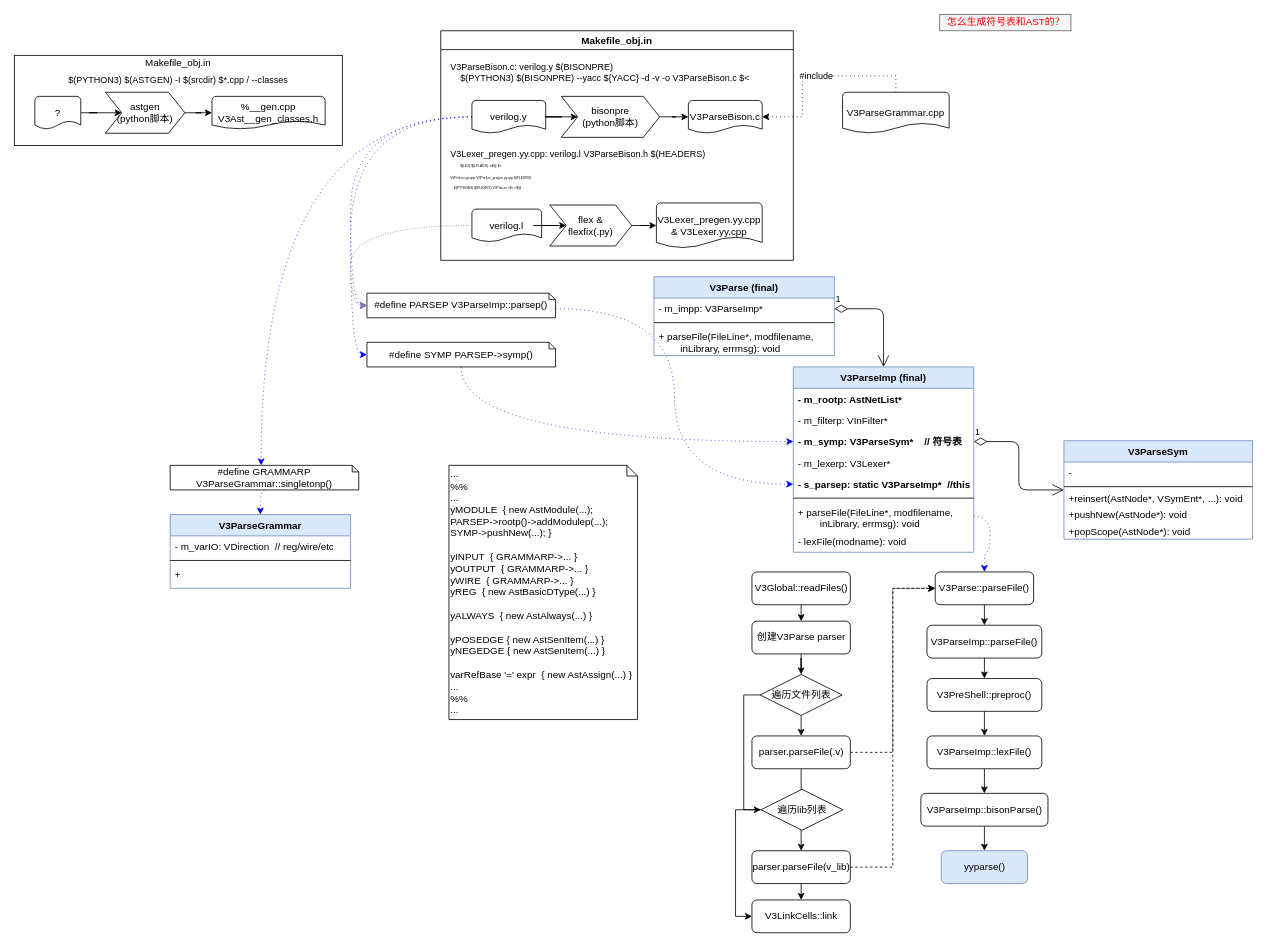
Before: verilator_digrams/V3Parse.drawio in Dercury/CLDK, a draw.io diagram. Source tidied: cells renumbered, new cells numbered last; positions are measured from the earlier drawing's top-left corner, leaving out a move shared by most shapes. Both pictures are drawn from the tidied source at 82%, with x=0, y=0 at pixel (14, 14).
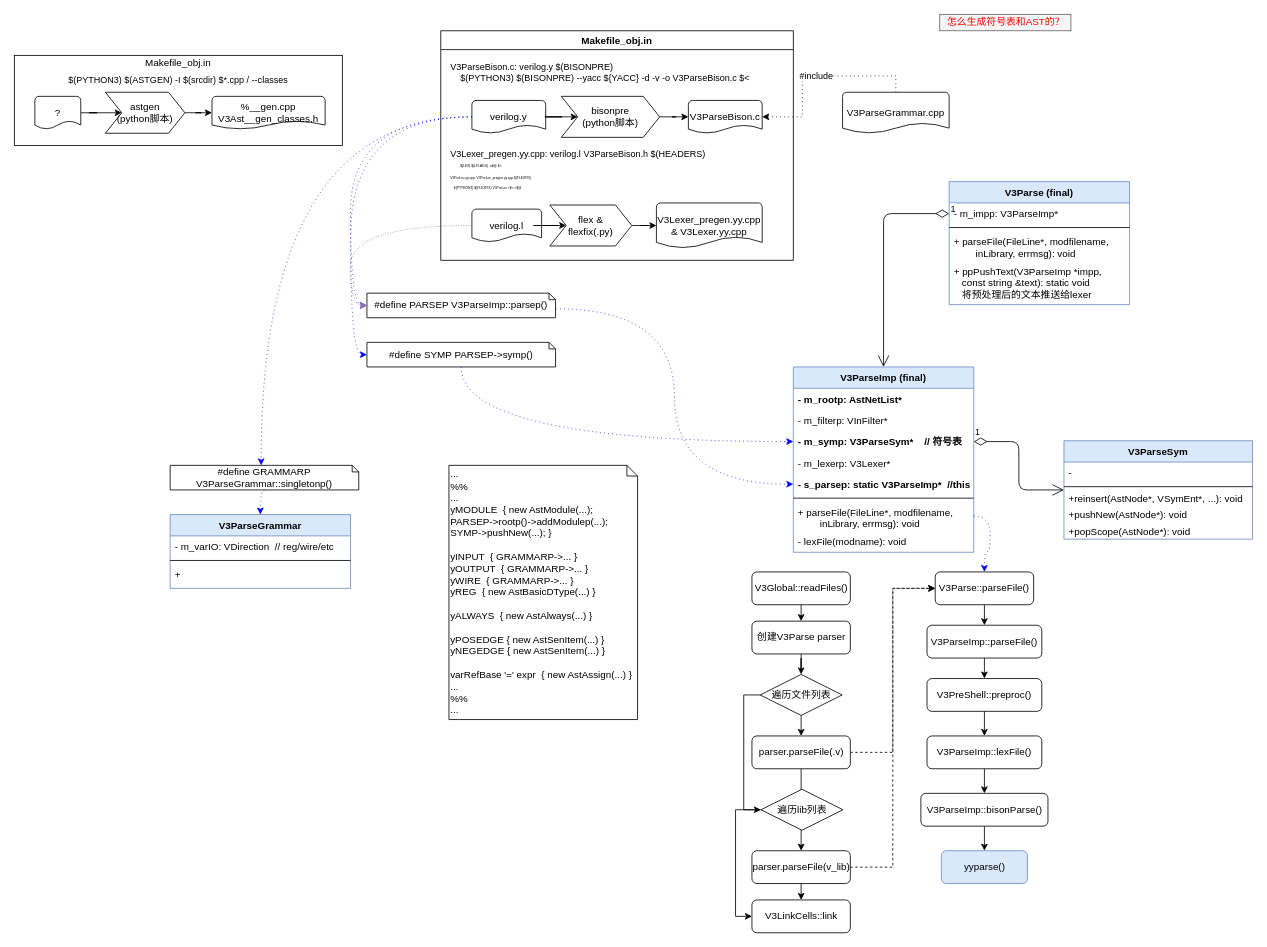
The same diagram, later.

Unchanged cells that the change refers to:
```xml
<mxCell id="40" value="V3ParseImp (final)" style="swimlane;fontStyle=1;align=center;verticalAlign=top;horizontal=1;startSize=26;fillColor=#dae8fc;strokeColor=#6c8ebf;" parent="1" vertex="1">
  <mxGeometry x="950" y="430" width="220" height="226" as="geometry" />
</mxCell>
<mxCell id="50" value="- m_impp: V3ParseImp*" style="text;strokeColor=none;fillColor=none;align=left;verticalAlign=top;spacingLeft=4;spacingRight=4;overflow=hidden;points=[[0,0.5],[1,0.5]];portConstraint=eastwest;" parent="49" vertex="1">
  <mxGeometry y="26" width="220" height="26" as="geometry" />
</mxCell>
```

Change to the diagram source:
```diff
@@
     <mxCell id="49" value="V3Parse (final)" style="swimlane;fontStyle=1;align=center;verticalAlign=top;horizontal=1;startSize=26;fillColor=#dae8fc;strokeColor=#6c8ebf;" parent="1" vertex="1">
-      <mxGeometry x="780" y="320" width="220" height="96" as="geometry" />
+      <mxGeometry x="1140" y="204" width="220" height="150" as="geometry" />
     </mxCell>
@@
+    <mxCell id="90" value="+ ppPushText(V3ParseImp *impp, &#10;   const string &amp;text): static void&#10;   将预处理后的文本推送给lexer" style="text;strokeColor=none;fillColor=none;align=left;verticalAlign=top;spacingLeft=4;spacingRight=4;overflow=hidden;whiteSpace=wrap;" parent="49" vertex="1">
+      <mxGeometry y="96" width="220" height="54" as="geometry" />
+    </mxCell>
-    <mxCell id="53" value="1" style="endArrow=open;html=1;endSize=12;startArrow=diamondThin;startSize=14;startFill=0;edgeStyle=orthogonalEdgeStyle;align=left;verticalAlign=bottom;exitX=1;exitY=0.5;exitDx=0;exitDy=0;" parent="1" edge="1" source="50" target="40">
+    <mxCell id="53" value="1" style="endArrow=open;html=1;endSize=12;startArrow=diamondThin;startSize=14;startFill=0;edgeStyle=orthogonalEdgeStyle;align=left;verticalAlign=bottom;" parent="1" edge="1" source="50" target="40">
       <mxGeometry x="-1" y="3" relative="1" as="geometry" />
     </mxCell>
```
